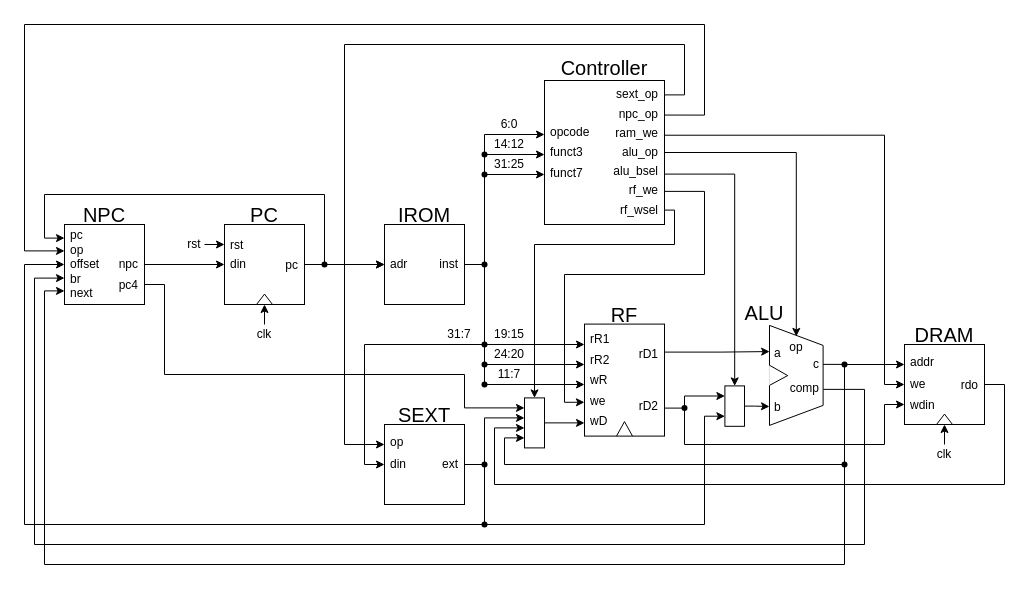
The draw.io diagram lab2-single-cycle-cpu/数据通路图.drawio in ChenRuiwei/cpu-design, before the edit. Source tidied: cells renumbered, new cells numbered last; positions are measured from the earlier drawing's top-left corner, leaving out a move shared by most shapes. Both pictures are drawn from the tidied source at 100%, with x=0, y=0 at pixel (24, 24).
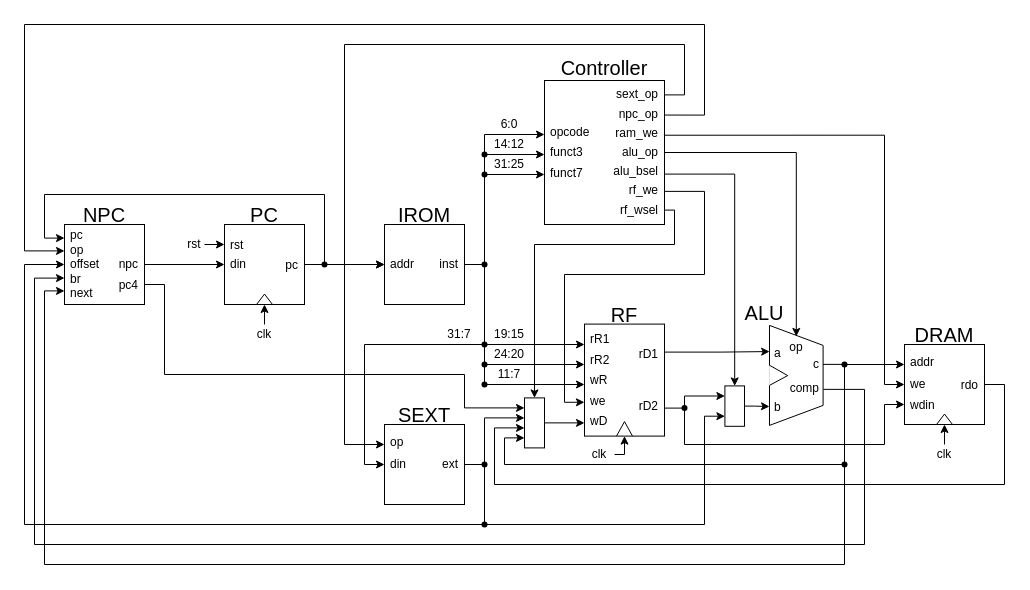
After the change.

Commit message (it also covers changes not shown here):
Lab2: fix a little in cpu design drawio

The change refers to these unchanged cells:
```xml
<mxCell id="16" style="group;" parent="14" vertex="1">
  <mxGeometry y="20" width="80" height="80" as="geometry" />
</mxCell>
<mxCell id="31" style="rounded=0;whiteSpace=wrap;html=1;" parent="29" vertex="1">
  <mxGeometry y="28" width="80" height="112" as="geometry" />
</mxCell>
```

Change to the diagram source:
```diff
@@
-    <mxCell id="18" value="&lt;p style=&quot;line-height: 120%;&quot;&gt;adr&lt;/p&gt;" style="text;html=1;strokeColor=none;fillColor=none;align=left;verticalAlign=middle;whiteSpace=wrap;rounded=0;spacingLeft=4;spacingBottom=0;spacing=2;horizontal=1;" parent="16" vertex="1">
+    <mxCell id="18" value="&lt;p style=&quot;line-height: 120%;&quot;&gt;addr&lt;/p&gt;" style="text;html=1;strokeColor=none;fillColor=none;align=left;verticalAlign=middle;whiteSpace=wrap;rounded=0;spacingLeft=4;spacingBottom=0;spacing=2;horizontal=1;" parent="16" vertex="1">
       <mxGeometry width="32" height="80" as="geometry" />
     </mxCell>
@@
+    <mxCell id="130" style="edgeStyle=orthogonalEdgeStyle;rounded=0;jettySize=auto;html=1;entryX=0.5;entryY=1;entryDx=0;entryDy=0;exitX=1;exitY=0.5;exitDx=0;exitDy=0;" parent="1" edge="1" source="131" target="31">
+      <mxGeometry relative="1" as="geometry" />
+    </mxCell>
+    <mxCell id="131" value="clk" style="text;html=1;strokeColor=none;fillColor=none;align=center;verticalAlign=middle;whiteSpace=wrap;rounded=0;" parent="1" vertex="1">
+      <mxGeometry x="560" y="420" width="30" height="20" as="geometry" />
+    </mxCell>
```
